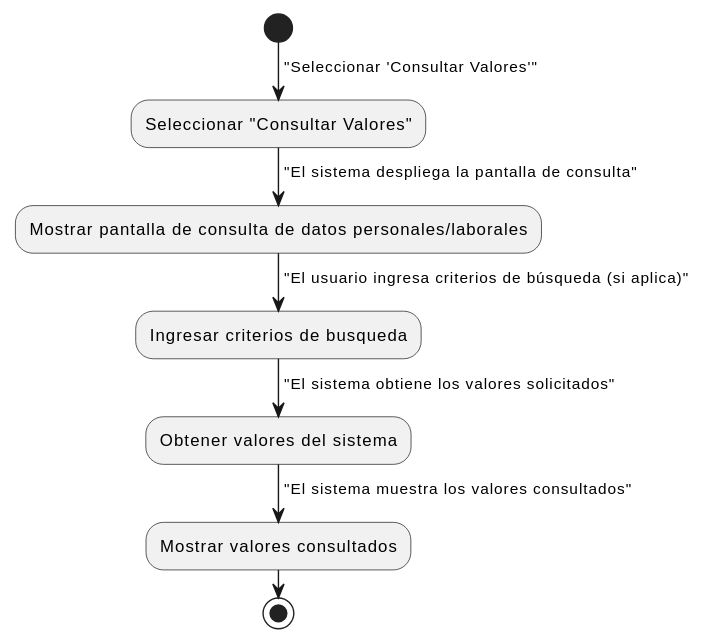
The PlantUML diagram images/modelosUML/CdU/DetallarCasosDeUso/Profesores/ConsultarValores.svg in mmasias/24-25-IdSw1-SDR, before a commit. Its diagram source:
```plantuml
@startuml
start
-> "Seleccionar 'Consultar Valores'";
:Seleccionar "Consultar Valores";

-> "El sistema despliega la pantalla de consulta";
:Mostrar pantalla de consulta de datos personales/laborales;

-> "El usuario ingresa criterios de búsqueda (si aplica)";
:Ingresar criterios de busqueda;

-> "El sistema obtiene los valores solicitados";
:Obtener valores del sistema;

-> "El sistema muestra los valores consultados";
:Mostrar valores consultados;

stop
@enduml
```
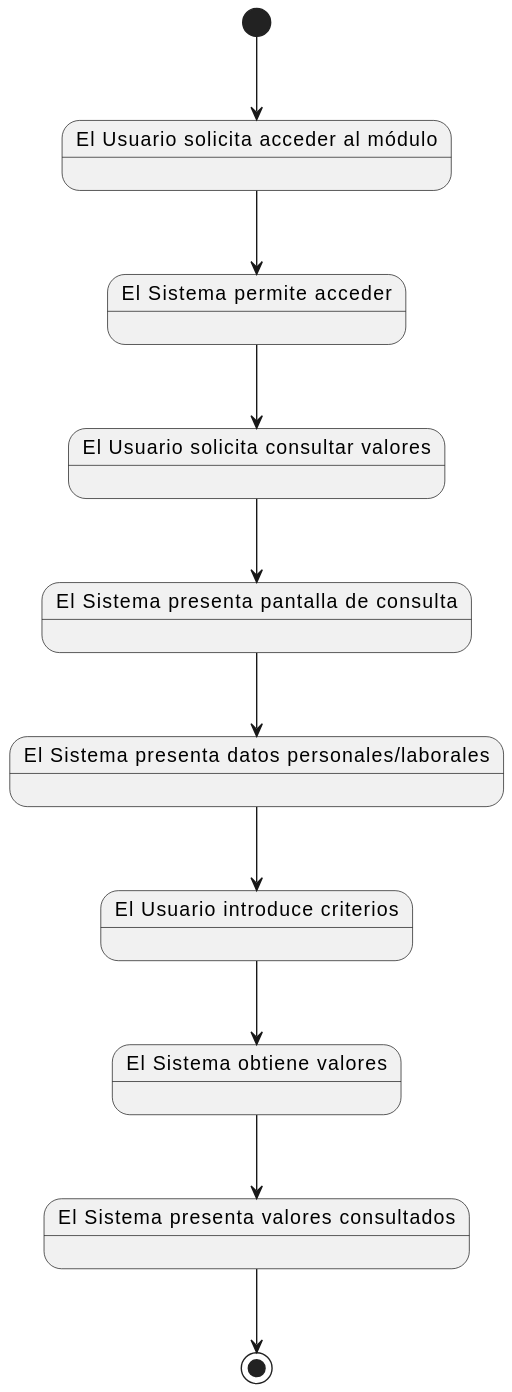
The same diagram one commit later.

The edit, as a diff of the source:
```diff
@@ -1,19 +1,21 @@
 @startuml
-start
--> "Seleccionar 'Consultar Valores'";
-:Seleccionar "Consultar Valores";
+[*] --> Estado1
 
--> "El sistema despliega la pantalla de consulta";
-:Mostrar pantalla de consulta de datos personales/laborales;
+    state "El Usuario solicita acceder al módulo" as Estado1
+    state "El Sistema permite acceder" as Estado2
+    state "El Usuario solicita consultar valores" as Estado3
+    state "El Sistema presenta pantalla de consulta" as Estado4
+    state "El Sistema presenta datos personales/laborales" as Estado5
+    state "El Usuario introduce criterios" as Estado6
+    state "El Sistema obtiene valores" as Estado7
+    state "El Sistema presenta valores consultados" as Estado8
 
--> "El usuario ingresa criterios de búsqueda (si aplica)";
-:Ingresar criterios de busqueda;
-
--> "El sistema obtiene los valores solicitados";
-:Obtener valores del sistema;
-
--> "El sistema muestra los valores consultados";
-:Mostrar valores consultados;
-
-stop
+    Estado1 --> Estado2
+    Estado2 --> Estado3
+    Estado3 --> Estado4
+    Estado4 --> Estado5
+    Estado5 --> Estado6
+    Estado6 --> Estado7
+    Estado7 --> Estado8
+    Estado8 --> [*]
 @enduml
```
